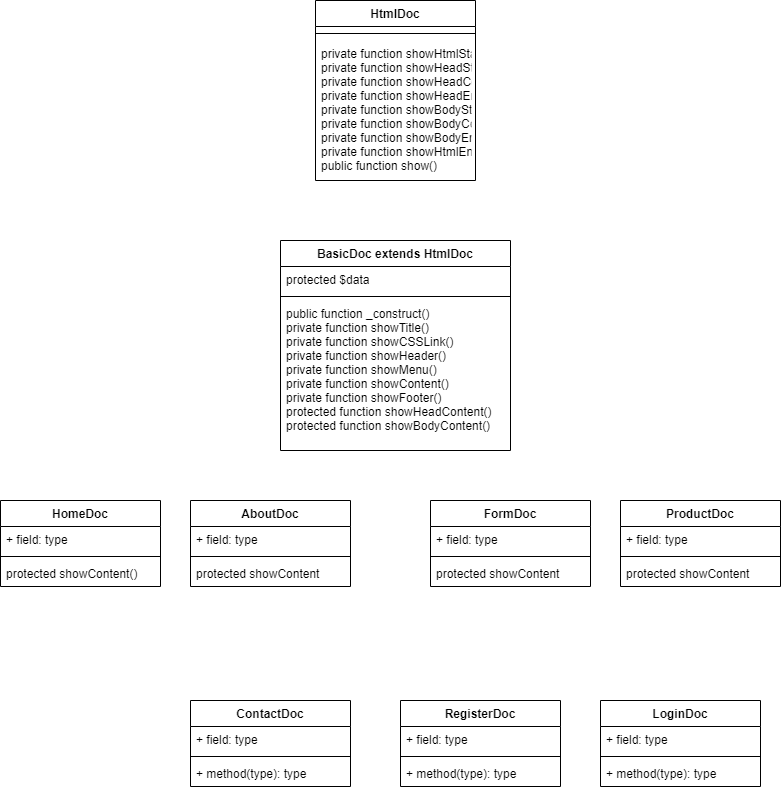
Dabra720/educom-webshop-oop keeps this draw.io diagram as Diagrams/ClassInheritance.drawio.png. Above is the earlier version. Source tidied: cells renumbered, new cells last; positions are measured from the earlier drawing's top-left corner, leaving out a move shared by most shapes. Source of this version:
```xml
<mxGraphModel>
  <root>
    <mxCell id="0" />
    <mxCell id="1" parent="0" />
    <mxCell id="2" value="HtmlDoc" style="swimlane;fontStyle=1;align=center;verticalAlign=top;horizontal=1;startSize=26;" parent="1" vertex="1">
      <mxGeometry x="315" width="160" height="180" as="geometry" />
    </mxCell>
    <mxCell id="3" style="line;strokeWidth=1;fillColor=none;align=left;verticalAlign=middle;spacingTop=-1;spacingLeft=3;spacingRight=3;labelPosition=right;strokeColor=inherit;" parent="2" vertex="1">
      <mxGeometry y="26" width="160" height="14" as="geometry" />
    </mxCell>
    <mxCell id="4" value="private function showHtmlStart()&#10;private function showHeadStart()&#10;private function showHeadContent()&#10;private function showHeadEnd()&#10;private function showBodyStart()&#10;private function showBodyContent()&#10;private function showBodyEnd()&#10;private function showHtmlEnd()&#10;public function show()" style="text;strokeColor=none;fillColor=none;align=left;verticalAlign=top;spacingLeft=4;spacingRight=4;overflow=hidden;points=[[0,0.5],[1,0.5]];portConstraint=eastwest;" parent="2" vertex="1">
      <mxGeometry y="40" width="160" height="140" as="geometry" />
    </mxCell>
    <mxCell id="5" value="BasicDoc extends HtmlDoc" style="swimlane;fontStyle=1;align=center;verticalAlign=top;horizontal=1;startSize=26;" parent="1" vertex="1">
      <mxGeometry x="280" y="240" width="230" height="210" as="geometry" />
    </mxCell>
    <mxCell id="6" value="protected $data" style="text;strokeColor=none;fillColor=none;align=left;verticalAlign=top;spacingLeft=4;spacingRight=4;overflow=hidden;" parent="5" vertex="1">
      <mxGeometry y="26" width="230" height="26" as="geometry" />
    </mxCell>
    <mxCell id="7" style="line;strokeWidth=1;fillColor=none;align=left;verticalAlign=middle;spacingTop=-1;spacingLeft=3;spacingRight=3;labelPosition=right;strokeColor=inherit;" parent="5" vertex="1">
      <mxGeometry y="52" width="230" height="8" as="geometry" />
    </mxCell>
    <mxCell id="8" value="public function _construct()&#10;private function showTitle()&#10;private function showCSSLink()&#10;private function showHeader()&#10;private function showMenu()&#10;private function showContent()&#10;private function showFooter()&#10;protected function showHeadContent()&#10;protected function showBodyContent()&#10;" style="text;strokeColor=none;fillColor=none;align=left;verticalAlign=top;spacingLeft=4;spacingRight=4;overflow=hidden;points=[[0,0.5],[1,0.5]];portConstraint=eastwest;" parent="5" vertex="1">
      <mxGeometry y="60" width="230" height="150" as="geometry" />
    </mxCell>
    <mxCell id="9" value="HomeDoc" style="swimlane;fontStyle=1;align=center;verticalAlign=top;horizontal=1;startSize=26;" parent="1" vertex="1">
      <mxGeometry y="500" width="160" height="86" as="geometry" />
    </mxCell>
    <mxCell id="10" value="+ field: type" style="text;strokeColor=none;fillColor=none;align=left;verticalAlign=top;spacingLeft=4;spacingRight=4;overflow=hidden;" parent="9" vertex="1">
      <mxGeometry y="26" width="160" height="26" as="geometry" />
    </mxCell>
    <mxCell id="11" style="line;strokeWidth=1;fillColor=none;align=left;verticalAlign=middle;spacingTop=-1;spacingLeft=3;spacingRight=3;labelPosition=right;strokeColor=inherit;" parent="9" vertex="1">
      <mxGeometry y="52" width="160" height="8" as="geometry" />
    </mxCell>
    <mxCell id="12" value="protected showContent()" style="text;strokeColor=none;fillColor=none;align=left;verticalAlign=top;spacingLeft=4;spacingRight=4;overflow=hidden;" parent="9" vertex="1">
      <mxGeometry y="60" width="160" height="26" as="geometry" />
    </mxCell>
    <mxCell id="13" value="AboutDoc" style="swimlane;fontStyle=1;align=center;verticalAlign=top;horizontal=1;startSize=26;" parent="1" vertex="1">
      <mxGeometry x="190" y="500" width="160" height="86" as="geometry" />
    </mxCell>
    <mxCell id="14" value="+ field: type" style="text;strokeColor=none;fillColor=none;align=left;verticalAlign=top;spacingLeft=4;spacingRight=4;overflow=hidden;" parent="13" vertex="1">
      <mxGeometry y="26" width="160" height="26" as="geometry" />
    </mxCell>
    <mxCell id="15" style="line;strokeWidth=1;fillColor=none;align=left;verticalAlign=middle;spacingTop=-1;spacingLeft=3;spacingRight=3;labelPosition=right;strokeColor=inherit;" parent="13" vertex="1">
      <mxGeometry y="52" width="160" height="8" as="geometry" />
    </mxCell>
    <mxCell id="16" value="protected showContent" style="text;strokeColor=none;fillColor=none;align=left;verticalAlign=top;spacingLeft=4;spacingRight=4;overflow=hidden;" parent="13" vertex="1">
      <mxGeometry y="60" width="160" height="26" as="geometry" />
    </mxCell>
    <mxCell id="17" value="FormDoc" style="swimlane;fontStyle=1;align=center;verticalAlign=top;horizontal=1;startSize=26;" parent="1" vertex="1">
      <mxGeometry x="430" y="500" width="160" height="86" as="geometry" />
    </mxCell>
    <mxCell id="18" value="+ field: type" style="text;strokeColor=none;fillColor=none;align=left;verticalAlign=top;spacingLeft=4;spacingRight=4;overflow=hidden;" parent="17" vertex="1">
      <mxGeometry y="26" width="160" height="26" as="geometry" />
    </mxCell>
    <mxCell id="19" style="line;strokeWidth=1;fillColor=none;align=left;verticalAlign=middle;spacingTop=-1;spacingLeft=3;spacingRight=3;labelPosition=right;strokeColor=inherit;" parent="17" vertex="1">
      <mxGeometry y="52" width="160" height="8" as="geometry" />
    </mxCell>
    <mxCell id="20" value="protected showContent" style="text;strokeColor=none;fillColor=none;align=left;verticalAlign=top;spacingLeft=4;spacingRight=4;overflow=hidden;points=[[0,0.5],[1,0.5]];portConstraint=eastwest;" parent="17" vertex="1">
      <mxGeometry y="60" width="160" height="26" as="geometry" />
    </mxCell>
    <mxCell id="21" value="ProductDoc" style="swimlane;fontStyle=1;align=center;verticalAlign=top;horizontal=1;startSize=26;" parent="1" vertex="1">
      <mxGeometry x="620" y="500" width="160" height="86" as="geometry" />
    </mxCell>
    <mxCell id="22" value="+ field: type" style="text;strokeColor=none;fillColor=none;align=left;verticalAlign=top;spacingLeft=4;spacingRight=4;overflow=hidden;" parent="21" vertex="1">
      <mxGeometry y="26" width="160" height="26" as="geometry" />
    </mxCell>
    <mxCell id="23" style="line;strokeWidth=1;fillColor=none;align=left;verticalAlign=middle;spacingTop=-1;spacingLeft=3;spacingRight=3;labelPosition=right;strokeColor=inherit;" parent="21" vertex="1">
      <mxGeometry y="52" width="160" height="8" as="geometry" />
    </mxCell>
    <mxCell id="24" value="protected showContent" style="text;strokeColor=none;fillColor=none;align=left;verticalAlign=top;spacingLeft=4;spacingRight=4;overflow=hidden;" parent="21" vertex="1">
      <mxGeometry y="60" width="160" height="26" as="geometry" />
    </mxCell>
    <mxCell id="25" value="ContactDoc" style="swimlane;fontStyle=1;align=center;verticalAlign=top;horizontal=1;startSize=26;" parent="1" vertex="1">
      <mxGeometry x="190" y="700" width="160" height="86" as="geometry" />
    </mxCell>
    <mxCell id="26" value="+ field: type" style="text;strokeColor=none;fillColor=none;align=left;verticalAlign=top;spacingLeft=4;spacingRight=4;overflow=hidden;" parent="25" vertex="1">
      <mxGeometry y="26" width="160" height="26" as="geometry" />
    </mxCell>
    <mxCell id="27" style="line;strokeWidth=1;fillColor=none;align=left;verticalAlign=middle;spacingTop=-1;spacingLeft=3;spacingRight=3;labelPosition=right;strokeColor=inherit;" parent="25" vertex="1">
      <mxGeometry y="52" width="160" height="8" as="geometry" />
    </mxCell>
    <mxCell id="28" value="+ method(type): type" style="text;strokeColor=none;fillColor=none;align=left;verticalAlign=top;spacingLeft=4;spacingRight=4;overflow=hidden;" parent="25" vertex="1">
      <mxGeometry y="60" width="160" height="26" as="geometry" />
    </mxCell>
    <mxCell id="29" value="LoginDoc" style="swimlane;fontStyle=1;align=center;verticalAlign=top;horizontal=1;startSize=26;" parent="1" vertex="1">
      <mxGeometry x="600" y="700" width="160" height="86" as="geometry" />
    </mxCell>
    <mxCell id="30" value="+ field: type" style="text;strokeColor=none;fillColor=none;align=left;verticalAlign=top;spacingLeft=4;spacingRight=4;overflow=hidden;" parent="29" vertex="1">
      <mxGeometry y="26" width="160" height="26" as="geometry" />
    </mxCell>
    <mxCell id="31" style="line;strokeWidth=1;fillColor=none;align=left;verticalAlign=middle;spacingTop=-1;spacingLeft=3;spacingRight=3;labelPosition=right;strokeColor=inherit;" parent="29" vertex="1">
      <mxGeometry y="52" width="160" height="8" as="geometry" />
    </mxCell>
    <mxCell id="32" value="+ method(type): type" style="text;strokeColor=none;fillColor=none;align=left;verticalAlign=top;spacingLeft=4;spacingRight=4;overflow=hidden;" parent="29" vertex="1">
      <mxGeometry y="60" width="160" height="26" as="geometry" />
    </mxCell>
    <mxCell id="33" value="RegisterDoc" style="swimlane;fontStyle=1;align=center;verticalAlign=top;horizontal=1;startSize=26;" parent="1" vertex="1">
      <mxGeometry x="400" y="700" width="160" height="86" as="geometry" />
    </mxCell>
    <mxCell id="34" value="+ field: type" style="text;strokeColor=none;fillColor=none;align=left;verticalAlign=top;spacingLeft=4;spacingRight=4;overflow=hidden;" parent="33" vertex="1">
      <mxGeometry y="26" width="160" height="26" as="geometry" />
    </mxCell>
    <mxCell id="35" style="line;strokeWidth=1;fillColor=none;align=left;verticalAlign=middle;spacingTop=-1;spacingLeft=3;spacingRight=3;labelPosition=right;strokeColor=inherit;" parent="33" vertex="1">
      <mxGeometry y="52" width="160" height="8" as="geometry" />
    </mxCell>
    <mxCell id="36" value="+ method(type): type" style="text;strokeColor=none;fillColor=none;align=left;verticalAlign=top;spacingLeft=4;spacingRight=4;overflow=hidden;" parent="33" vertex="1">
      <mxGeometry y="60" width="160" height="26" as="geometry" />
    </mxCell>
  </root>
</mxGraphModel>
```
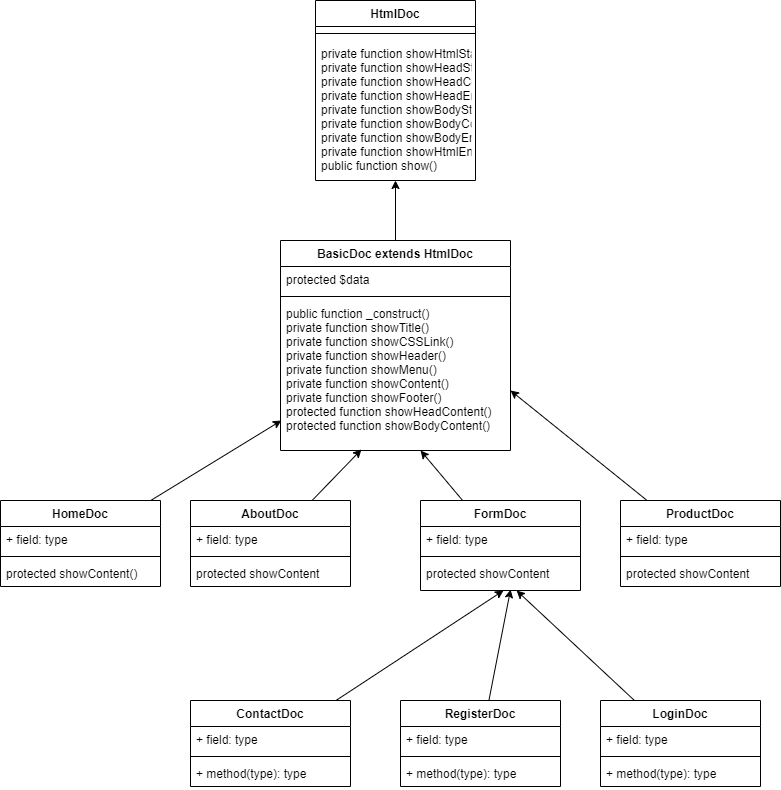
The same file after the commit.

What changed in the source:
```diff
@@ -11,6 +11,9 @@
     <mxCell id="4" value="private function showHtmlStart()&#10;private function showHeadStart()&#10;private function showHeadContent()&#10;private function showHeadEnd()&#10;private function showBodyStart()&#10;private function showBodyContent()&#10;private function showBodyEnd()&#10;private function showHtmlEnd()&#10;public function show()" style="text;strokeColor=none;fillColor=none;align=left;verticalAlign=top;spacingLeft=4;spacingRight=4;overflow=hidden;points=[[0,0.5],[1,0.5]];portConstraint=eastwest;" parent="2" vertex="1">
       <mxGeometry y="40" width="160" height="140" as="geometry" />
     </mxCell>
+    <mxCell id="37" style="edgeStyle=none;html=1;entryX=0.5;entryY=1;entryDx=0;entryDy=0;entryPerimeter=0;" parent="1" edge="1" source="5" target="4">
+      <mxGeometry relative="1" as="geometry" />
+    </mxCell>
     <mxCell id="5" value="BasicDoc extends HtmlDoc" style="swimlane;fontStyle=1;align=center;verticalAlign=top;horizontal=1;startSize=26;" parent="1" vertex="1">
       <mxGeometry x="280" y="240" width="230" height="210" as="geometry" />
     </mxCell>
@@ -23,6 +26,9 @@
     <mxCell id="8" value="public function _construct()&#10;private function showTitle()&#10;private function showCSSLink()&#10;private function showHeader()&#10;private function showMenu()&#10;private function showContent()&#10;private function showFooter()&#10;protected function showHeadContent()&#10;protected function showBodyContent()&#10;" style="text;strokeColor=none;fillColor=none;align=left;verticalAlign=top;spacingLeft=4;spacingRight=4;overflow=hidden;points=[[0,0.5],[1,0.5]];portConstraint=eastwest;" parent="5" vertex="1">
       <mxGeometry y="60" width="230" height="150" as="geometry" />
     </mxCell>
+    <mxCell id="38" style="edgeStyle=none;html=1;entryX=0.004;entryY=0.8;entryDx=0;entryDy=0;entryPerimeter=0;" parent="1" edge="1" source="9" target="8">
+      <mxGeometry relative="1" as="geometry" />
+    </mxCell>
     <mxCell id="9" value="HomeDoc" style="swimlane;fontStyle=1;align=center;verticalAlign=top;horizontal=1;startSize=26;" parent="1" vertex="1">
       <mxGeometry y="500" width="160" height="86" as="geometry" />
     </mxCell>
@@ -35,6 +41,9 @@
     <mxCell id="12" value="protected showContent()" style="text;strokeColor=none;fillColor=none;align=left;verticalAlign=top;spacingLeft=4;spacingRight=4;overflow=hidden;" parent="9" vertex="1">
       <mxGeometry y="60" width="160" height="26" as="geometry" />
     </mxCell>
+    <mxCell id="39" style="edgeStyle=none;html=1;entryX=0.352;entryY=0.993;entryDx=0;entryDy=0;entryPerimeter=0;" parent="1" edge="1" source="13" target="8">
+      <mxGeometry relative="1" as="geometry" />
+    </mxCell>
     <mxCell id="13" value="AboutDoc" style="swimlane;fontStyle=1;align=center;verticalAlign=top;horizontal=1;startSize=26;" parent="1" vertex="1">
       <mxGeometry x="190" y="500" width="160" height="86" as="geometry" />
     </mxCell>
@@ -47,8 +56,11 @@
     <mxCell id="16" value="protected showContent" style="text;strokeColor=none;fillColor=none;align=left;verticalAlign=top;spacingLeft=4;spacingRight=4;overflow=hidden;" parent="13" vertex="1">
       <mxGeometry y="60" width="160" height="26" as="geometry" />
     </mxCell>
+    <mxCell id="40" style="edgeStyle=none;html=1;entryX=0.609;entryY=1;entryDx=0;entryDy=0;entryPerimeter=0;" parent="1" edge="1" source="17" target="8">
+      <mxGeometry relative="1" as="geometry" />
+    </mxCell>
     <mxCell id="17" value="FormDoc" style="swimlane;fontStyle=1;align=center;verticalAlign=top;horizontal=1;startSize=26;" parent="1" vertex="1">
-      <mxGeometry x="430" y="500" width="160" height="86" as="geometry" />
+      <mxGeometry x="420" y="500" width="160" height="90" as="geometry" />
     </mxCell>
     <mxCell id="18" value="+ field: type" style="text;strokeColor=none;fillColor=none;align=left;verticalAlign=top;spacingLeft=4;spacingRight=4;overflow=hidden;" parent="17" vertex="1">
       <mxGeometry y="26" width="160" height="26" as="geometry" />
@@ -57,8 +69,11 @@
       <mxGeometry y="52" width="160" height="8" as="geometry" />
     </mxCell>
     <mxCell id="20" value="protected showContent" style="text;strokeColor=none;fillColor=none;align=left;verticalAlign=top;spacingLeft=4;spacingRight=4;overflow=hidden;points=[[0,0.5],[1,0.5]];portConstraint=eastwest;" parent="17" vertex="1">
-      <mxGeometry y="60" width="160" height="26" as="geometry" />
+      <mxGeometry y="60" width="160" height="30" as="geometry" />
     </mxCell>
+    <mxCell id="41" style="edgeStyle=none;html=1;entryX=1;entryY=0.6;entryDx=0;entryDy=0;entryPerimeter=0;" parent="1" edge="1" source="21" target="8">
+      <mxGeometry relative="1" as="geometry" />
+    </mxCell>
     <mxCell id="21" value="ProductDoc" style="swimlane;fontStyle=1;align=center;verticalAlign=top;horizontal=1;startSize=26;" parent="1" vertex="1">
       <mxGeometry x="620" y="500" width="160" height="86" as="geometry" />
     </mxCell>
@@ -71,6 +86,9 @@
     <mxCell id="24" value="protected showContent" style="text;strokeColor=none;fillColor=none;align=left;verticalAlign=top;spacingLeft=4;spacingRight=4;overflow=hidden;" parent="21" vertex="1">
       <mxGeometry y="60" width="160" height="26" as="geometry" />
     </mxCell>
+    <mxCell id="42" style="edgeStyle=none;html=1;entryX=0.519;entryY=1;entryDx=0;entryDy=0;entryPerimeter=0;" parent="1" edge="1" source="25" target="20">
+      <mxGeometry relative="1" as="geometry" />
+    </mxCell>
     <mxCell id="25" value="ContactDoc" style="swimlane;fontStyle=1;align=center;verticalAlign=top;horizontal=1;startSize=26;" parent="1" vertex="1">
       <mxGeometry x="190" y="700" width="160" height="86" as="geometry" />
     </mxCell>
@@ -83,6 +101,9 @@
     <mxCell id="28" value="+ method(type): type" style="text;strokeColor=none;fillColor=none;align=left;verticalAlign=top;spacingLeft=4;spacingRight=4;overflow=hidden;" parent="25" vertex="1">
       <mxGeometry y="60" width="160" height="26" as="geometry" />
     </mxCell>
+    <mxCell id="43" style="edgeStyle=none;html=1;" parent="1" edge="1" source="29" target="20">
+      <mxGeometry relative="1" as="geometry" />
+    </mxCell>
     <mxCell id="29" value="LoginDoc" style="swimlane;fontStyle=1;align=center;verticalAlign=top;horizontal=1;startSize=26;" parent="1" vertex="1">
       <mxGeometry x="600" y="700" width="160" height="86" as="geometry" />
     </mxCell>
@@ -95,6 +116,9 @@
     <mxCell id="32" value="+ method(type): type" style="text;strokeColor=none;fillColor=none;align=left;verticalAlign=top;spacingLeft=4;spacingRight=4;overflow=hidden;" parent="29" vertex="1">
       <mxGeometry y="60" width="160" height="26" as="geometry" />
     </mxCell>
+    <mxCell id="44" style="edgeStyle=none;html=1;entryX=0.563;entryY=0.967;entryDx=0;entryDy=0;entryPerimeter=0;" parent="1" edge="1" source="33" target="20">
+      <mxGeometry relative="1" as="geometry" />
+    </mxCell>
     <mxCell id="33" value="RegisterDoc" style="swimlane;fontStyle=1;align=center;verticalAlign=top;horizontal=1;startSize=26;" parent="1" vertex="1">
       <mxGeometry x="400" y="700" width="160" height="86" as="geometry" />
     </mxCell>
```
